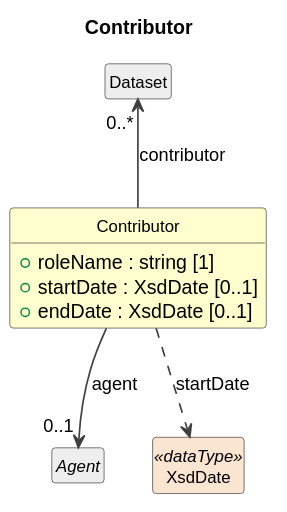
Before: build/field-level-documentation/CDIFCore/Classes/Contributor.svg, a diagram exported from PlantUML (Cross-Domain-Interoperability-Framework/metadataBuildingBlocks). Source of this version:
```plantuml
@startuml
title Contributor
hide circle
hide empty members
skinparam shadowing false
skinparam ArrowThickness 1.2
skinparam class {
  ArrowColor #404040
  BorderColor #404040
  FontSize 12
}

class "Contributor" as Contributor #FEFECE {
  +roleName : string [1]
  +startDate : XsdDate [0..1]
  +endDate : XsdDate [0..1]
}
class "Dataset" as Dataset #EEEEEE
Dataset "0..*" <-- Contributor : contributor
abstract class "Agent" as Agent #EEEEEE
Contributor --> "0..1" Agent : agent
class "XsdDate" as XsdDate <<dataType>> #FAE5D3
Contributor ..> XsdDate : startDate
@enduml
```
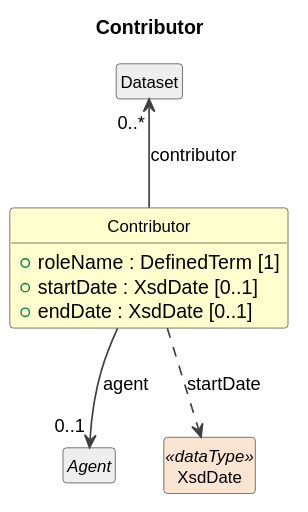
After the change.

Change to the diagram source:
```diff
@@ -11,7 +11,7 @@
 }
 
 class "Contributor" as Contributor #FEFECE {
-  +roleName : string [1]
+  +roleName : DefinedTerm [1]
   +startDate : XsdDate [0..1]
   +endDate : XsdDate [0..1]
 }
```
